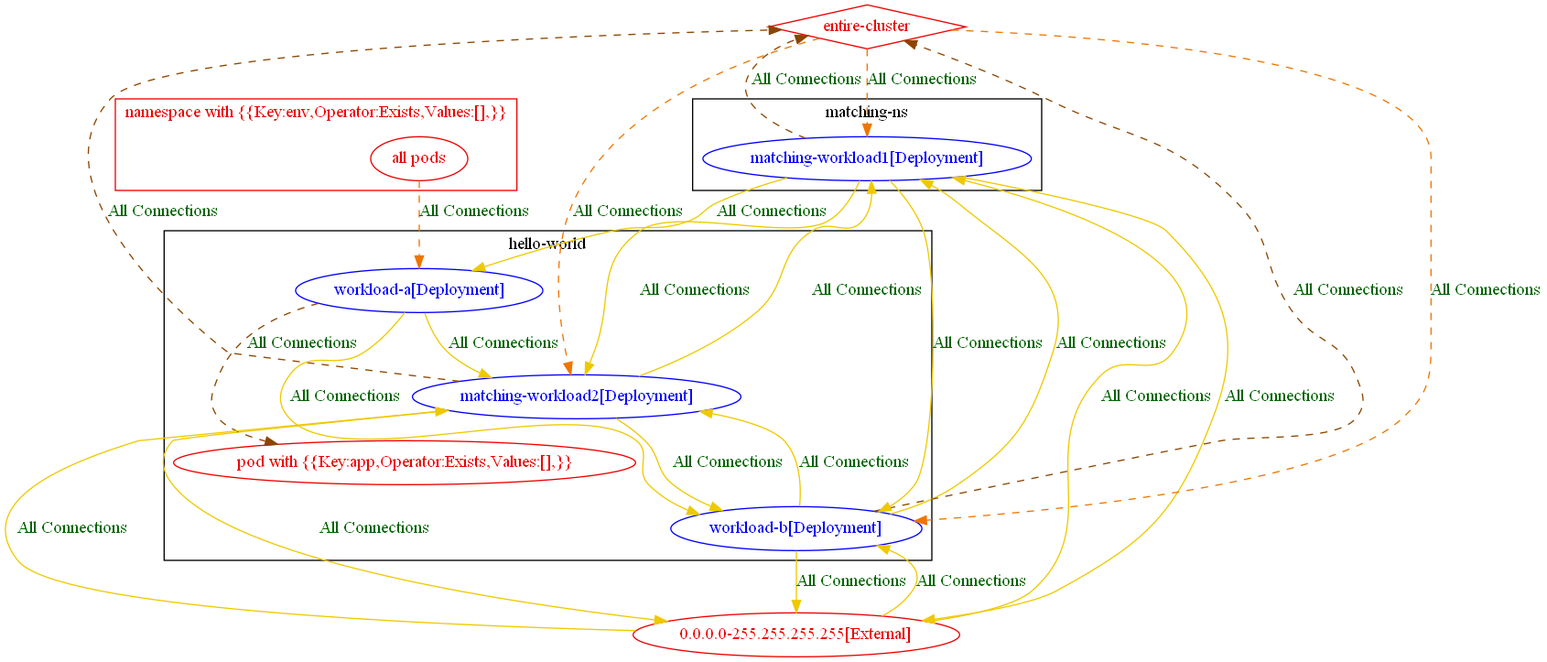
This is test_outputs/connlist/exposure_test_with_match_expression_exists_op_with_matching_pods_exposure_output.dot.png from np-guard/netpol-analyzer, a Graphviz export, as it was before one commit. Its source is kept beside it as test_outputs/connlist/exposure_test_with_match_expression_exists_op_with_matching_pods_exposure_output.dot.
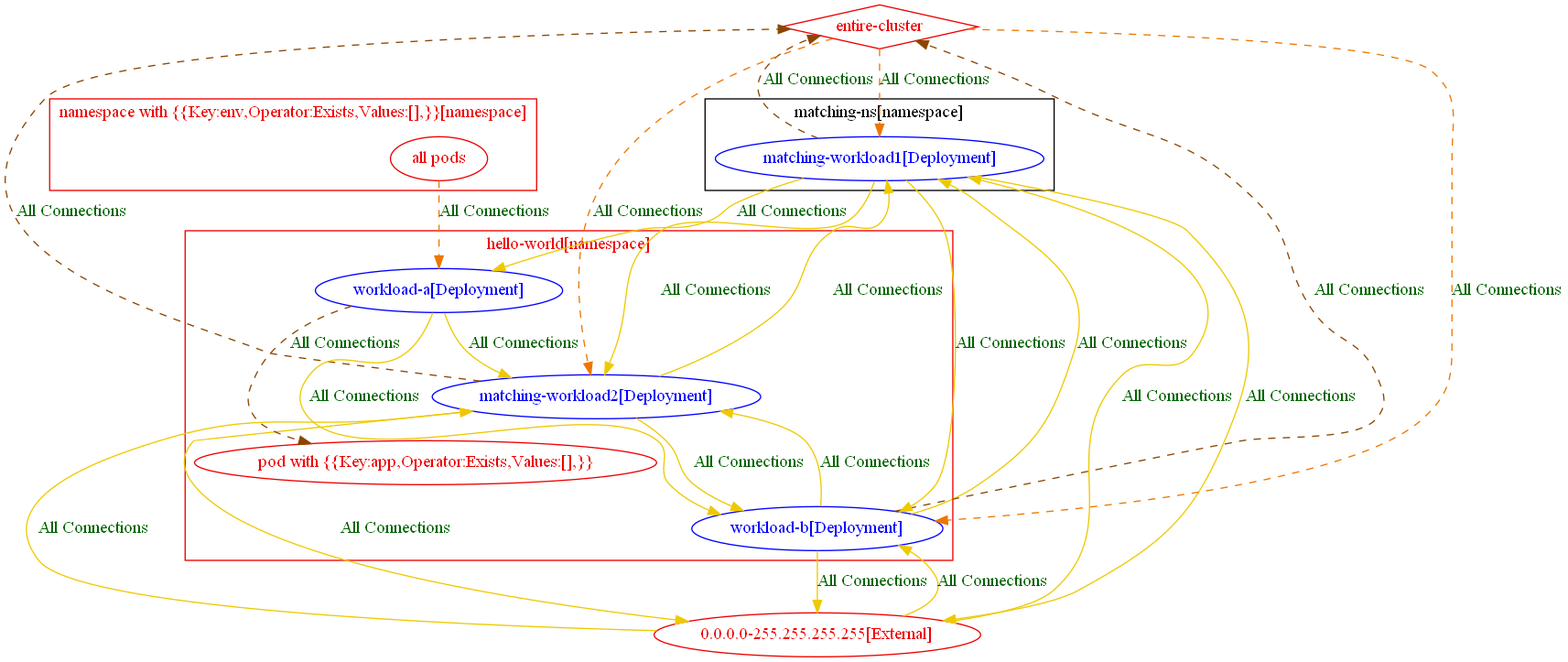
After the commit.

What changed in the source:
```diff
@@ -1,24 +1,29 @@
 digraph {
-	subgraph "cluster_hello_world" {
+	subgraph "cluster_hello_world[namespace]" {
 		color="black"
 		fontcolor="black"
 		"hello-world/matching-workload2[Deployment]" [label="matching-workload2[Deployment]" color="blue" fontcolor="blue"]
 		"hello-world/workload-a[Deployment]" [label="workload-a[Deployment]" color="blue" fontcolor="blue"]
 		"hello-world/workload-b[Deployment]" [label="workload-b[Deployment]" color="blue" fontcolor="blue"]
-		"pod with {{Key:app,Operator:Exists,Values:[],}}_in_hello-world" [label="pod with {{Key:app,Operator:Exists,Values:[],}}" color="red2" fontcolor="red2"]
-		label="hello-world"
+		label="hello-world[namespace]"
 	}
-	subgraph "cluster_matching_ns" {
+	subgraph "cluster_matching_ns[namespace]" {
 		color="black"
 		fontcolor="black"
 		"matching-ns/matching-workload1[Deployment]" [label="matching-workload1[Deployment]" color="blue" fontcolor="blue"]
-		label="matching-ns"
+		label="matching-ns[namespace]"
 	}
-	subgraph "cluster_namespace with {{Key:env,Operator:Exists,Values:[],}}" {
+	subgraph "cluster_hello_world[namespace]" {
+		color="red2"
+		fontcolor="red2"
+		"pod with {{Key:app,Operator:Exists,Values:[],}}_in_hello-world" [label="pod with {{Key:app,Operator:Exists,Values:[],}}" color="red2" fontcolor="red2"]
+		label="hello-world[namespace]"
+	}
+	subgraph "cluster_namespace with {{Key:env,Operator:Exists,Values:[],}}[namespace]" {
 		color="red2"
 		fontcolor="red2"
 		"all pods_in_namespace with {{Key:env,Operator:Exists,Values:[],}}" [label="all pods" color="red2" fontcolor="red2"]
-		label="namespace with {{Key:env,Operator:Exists,Values:[],}}"
+		label="namespace with {{Key:env,Operator:Exists,Values:[],}}[namespace]"
 	}
 	"0.0.0.0-255.255.255.255[External]" [label="0.0.0.0-255.255.255.255[External]" color="red2" fontcolor="red2"]
 	"entire-cluster" [label="entire-cluster" color="red2" fontcolor="red2" shape=diamond]
```
